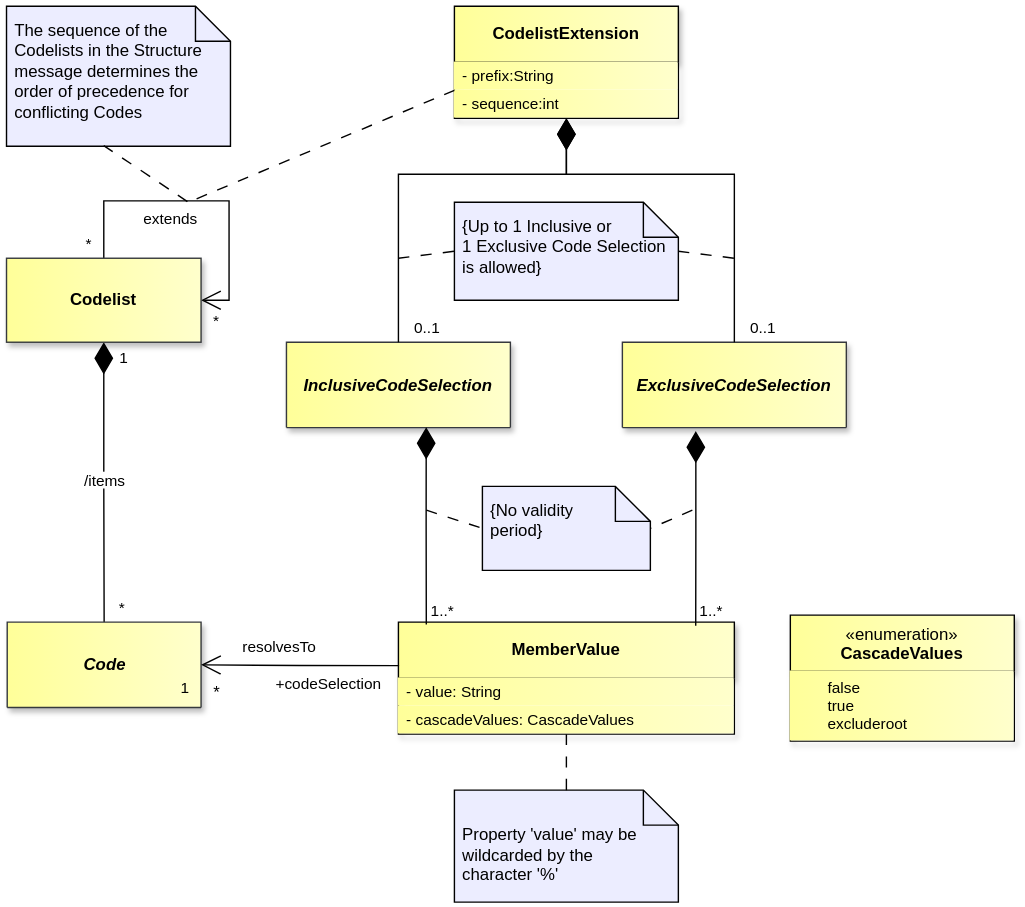
The draw.io diagram docs/information_model/media/sdmx_codelist-codelist_extension.svg in sdmx-twg/sdmx-im, before a commit. Source tidied: cells renumbered, new cells last; positions are measured from the earlier drawing's top-left corner, leaving out a move shared by most shapes.
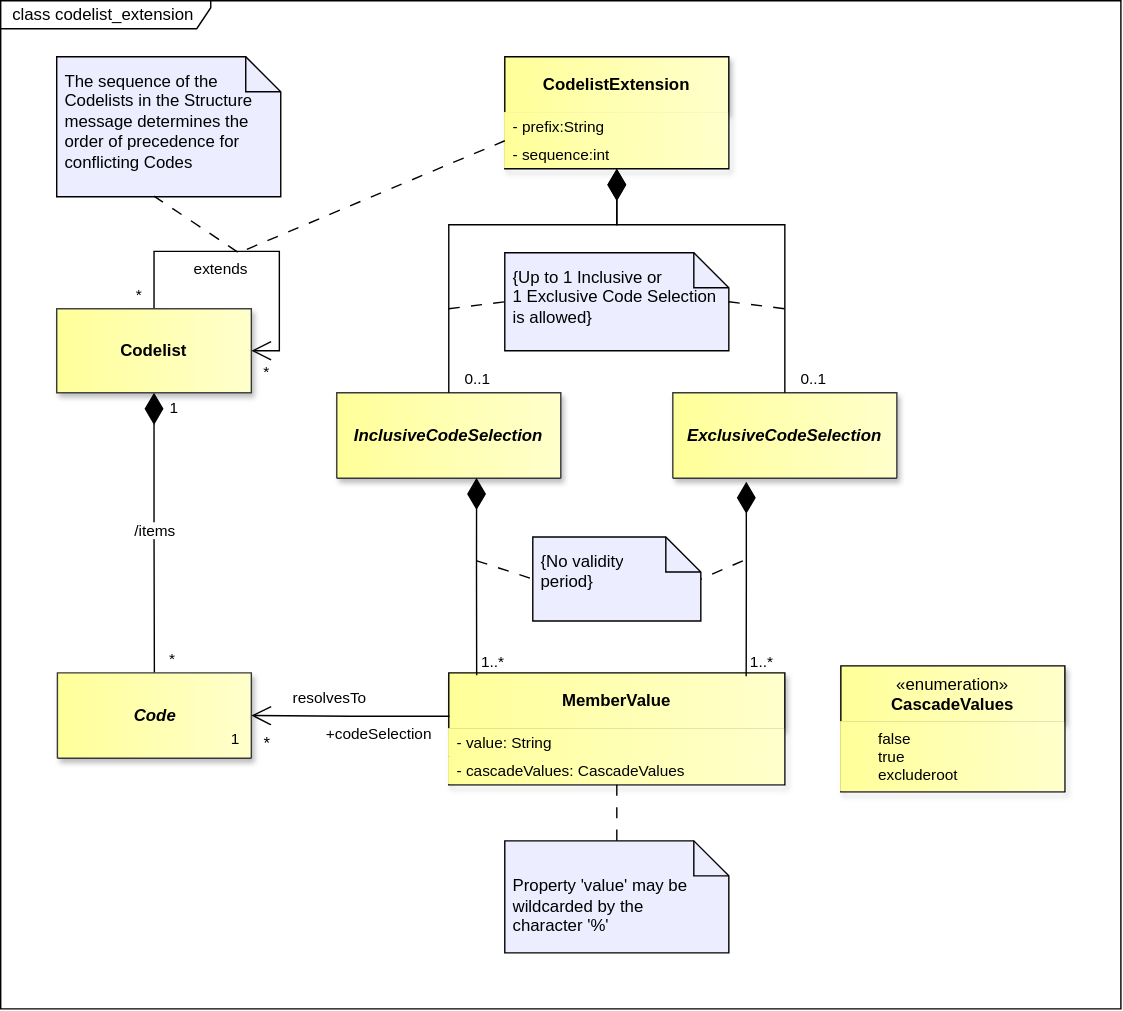
After the change.

Diff of the diagram source:
```diff
@@ -2,6 +2,9 @@
   <root>
     <mxCell id="0" />
     <mxCell id="1" parent="0" />
+    <mxCell id="61" value="&amp;nbsp; class codelist_extension" style="shape=umlFrame;whiteSpace=wrap;html=1;fillColor=light-dark(#FFFFFF,#121212);swimlaneFillColor=light-dark(#FFFFFF,#121212);width=150;height=20;align=left;" parent="1" vertex="1">
+      <mxGeometry x="-40" y="-40" width="800" height="720" as="geometry" />
+    </mxCell>
     <mxCell id="2" value="/items" style="endArrow=none;" parent="1" edge="1">
       <mxGeometry relative="1" as="geometry" />
     </mxCell>
```
